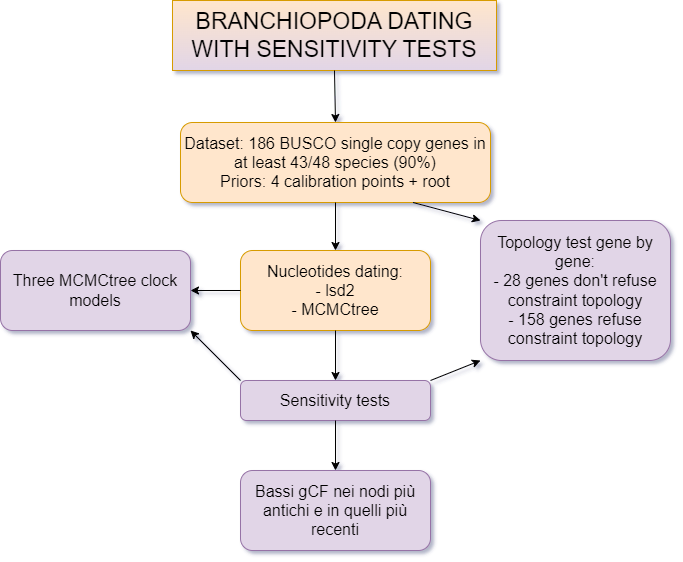
Before: Branchio_new_pipeline.drawio.png, a diagram exported from draw.io (NiccoloRighetti/Branchio_Tree). Source tidied: cells renumbered, new cells last; positions are measured from the earlier drawing's top-left corner, leaving out a move shared by most shapes.
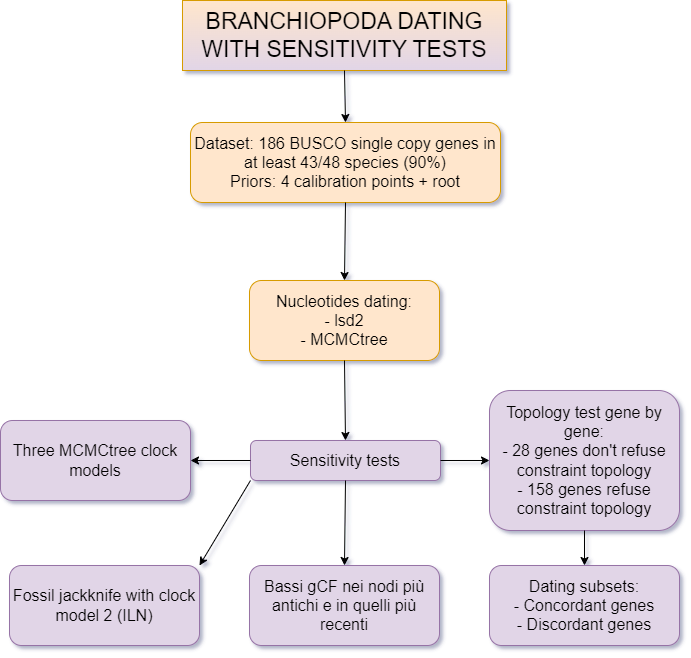
The same diagram one commit later.

What changed in the source:
```diff
@@ -12,40 +12,46 @@
       <mxGeometry x="180" y="122" width="310" height="80" as="geometry" />
     </mxCell>
     <mxCell id="5" value="&lt;span style=&quot;font-size: 16px;&quot;&gt;Nucleotides dating:&lt;br&gt;- lsd2&lt;br&gt;- MCMCtree&lt;br&gt;&lt;/span&gt;" style="rounded=1;whiteSpace=wrap;html=1;fillColor=#ffe6cc;strokeColor=#d79b00;" parent="1" vertex="1">
-      <mxGeometry x="240" y="250" width="190" height="80" as="geometry" />
+      <mxGeometry x="239" y="280" width="190" height="80" as="geometry" />
     </mxCell>
     <mxCell id="6" style="endArrow=classic;html=1;rounded=0;entryX=0.5;entryY=0;entryDx=0;entryDy=0;exitX=0.5;exitY=1;exitDx=0;exitDy=0;" parent="1" edge="1" source="4" target="5">
       <mxGeometry relative="1" as="geometry" />
     </mxCell>
     <mxCell id="7" value="&lt;span style=&quot;font-size: 16px;&quot;&gt;Sensitivity tests&lt;br&gt;&lt;/span&gt;" style="rounded=1;whiteSpace=wrap;html=1;fillColor=#e1d5e7;strokeColor=#9673a6;" parent="1" vertex="1">
-      <mxGeometry x="240" y="380" width="190" height="40" as="geometry" />
+      <mxGeometry x="240" y="440" width="190" height="40" as="geometry" />
     </mxCell>
     <mxCell id="8" style="endArrow=classic;html=1;rounded=0;entryX=0.5;entryY=0;entryDx=0;entryDy=0;exitX=0.5;exitY=1;exitDx=0;exitDy=0;" parent="1" edge="1" source="5" target="7">
       <mxGeometry relative="1" as="geometry" />
     </mxCell>
     <mxCell id="9" value="&lt;span style=&quot;font-size: 16px;&quot;&gt;Topology test gene by gene:&lt;br&gt;- 28 genes don't refuse constraint topology&lt;br&gt;- 158 genes refuse constraint topology&lt;br&gt;&lt;/span&gt;" style="rounded=1;whiteSpace=wrap;html=1;fillColor=#e1d5e7;strokeColor=#9673a6;" parent="1" vertex="1">
-      <mxGeometry x="480" y="220" width="190" height="140" as="geometry" />
+      <mxGeometry x="479" y="390" width="190" height="140" as="geometry" />
     </mxCell>
-    <mxCell id="10" style="endArrow=classic;html=1;rounded=0;entryX=0;entryY=1;entryDx=0;entryDy=0;exitX=1;exitY=0;exitDx=0;exitDy=0;" parent="1" edge="1" source="7" target="9">
+    <mxCell id="10" style="endArrow=classic;html=1;rounded=0;entryX=0;entryY=0.5;entryDx=0;entryDy=0;exitX=1;exitY=0.5;exitDx=0;exitDy=0;" parent="1" edge="1" source="7" target="9">
       <mxGeometry relative="1" as="geometry" />
     </mxCell>
-    <mxCell id="11" style="endArrow=classic;html=1;rounded=0;entryX=0;entryY=0;entryDx=0;entryDy=0;exitX=0.75;exitY=1;exitDx=0;exitDy=0;" parent="1" edge="1" source="4" target="9">
-      <mxGeometry relative="1" as="geometry" />
-    </mxCell>
     <mxCell id="12" value="&lt;span style=&quot;font-size: 16px;&quot;&gt;Three MCMCtree clock models&lt;br&gt;&lt;/span&gt;" style="rounded=1;whiteSpace=wrap;html=1;fillColor=#e1d5e7;strokeColor=#9673a6;" parent="1" vertex="1">
-      <mxGeometry y="250" width="190" height="80" as="geometry" />
+      <mxGeometry x="-10" y="420" width="190" height="80" as="geometry" />
     </mxCell>
-    <mxCell id="13" style="endArrow=classic;html=1;rounded=0;entryX=1;entryY=1;entryDx=0;entryDy=0;exitX=0;exitY=0;exitDx=0;exitDy=0;" parent="1" edge="1" source="7" target="12">
+    <mxCell id="13" style="endArrow=classic;html=1;rounded=0;entryX=1;entryY=0.5;entryDx=0;entryDy=0;exitX=0;exitY=0.5;exitDx=0;exitDy=0;" parent="1" edge="1" source="7" target="12">
       <mxGeometry relative="1" as="geometry" />
     </mxCell>
-    <mxCell id="14" style="endArrow=classic;html=1;rounded=0;entryX=1;entryY=0.5;entryDx=0;entryDy=0;exitX=0;exitY=0.5;exitDx=0;exitDy=0;" parent="1" edge="1" source="5" target="12">
-      <mxGeometry relative="1" as="geometry" />
-    </mxCell>
     <mxCell id="15" value="&lt;span style=&quot;font-size: 16px;&quot;&gt;Bassi gCF nei nodi più antichi e in quelli più recenti&lt;br&gt;&lt;/span&gt;" style="rounded=1;whiteSpace=wrap;html=1;fillColor=#e1d5e7;strokeColor=#9673a6;" parent="1" vertex="1">
-      <mxGeometry x="240" y="470" width="190" height="80" as="geometry" />
+      <mxGeometry x="239" y="565" width="190" height="80" as="geometry" />
     </mxCell>
     <mxCell id="16" style="endArrow=classic;html=1;rounded=0;entryX=0.5;entryY=0;entryDx=0;entryDy=0;exitX=0.5;exitY=1;exitDx=0;exitDy=0;" parent="1" edge="1" source="7" target="15">
       <mxGeometry relative="1" as="geometry" />
     </mxCell>
+    <mxCell id="17" style="endArrow=classic;html=1;rounded=0;entryX=0.5;entryY=0;entryDx=0;entryDy=0;exitX=0.5;exitY=1;exitDx=0;exitDy=0;" parent="1" edge="1" source="9" target="18">
+      <mxGeometry relative="1" as="geometry" />
+    </mxCell>
+    <mxCell id="18" value="&lt;span style=&quot;font-size: 16px;&quot;&gt;Dating subsets:&lt;br&gt;- Concordant genes&lt;br&gt;- Discordant genes&lt;br&gt;&lt;/span&gt;" style="rounded=1;whiteSpace=wrap;html=1;fillColor=#e1d5e7;strokeColor=#9673a6;" parent="1" vertex="1">
+      <mxGeometry x="479" y="565" width="190" height="80" as="geometry" />
+    </mxCell>
+    <mxCell id="19" value="&lt;span style=&quot;font-size: 16px;&quot;&gt;Fossil jackknife with clock model 2 (ILN)&lt;br&gt;&lt;/span&gt;" style="rounded=1;whiteSpace=wrap;html=1;fillColor=#e1d5e7;strokeColor=#9673a6;" parent="1" vertex="1">
+      <mxGeometry x="-1" y="565" width="190" height="80" as="geometry" />
+    </mxCell>
+    <mxCell id="20" style="endArrow=classic;html=1;rounded=0;entryX=1;entryY=0;entryDx=0;entryDy=0;exitX=0;exitY=1;exitDx=0;exitDy=0;" parent="1" edge="1" source="7" target="19">
+      <mxGeometry relative="1" as="geometry" />
+    </mxCell>
   </root>
 </mxGraphModel>
```
